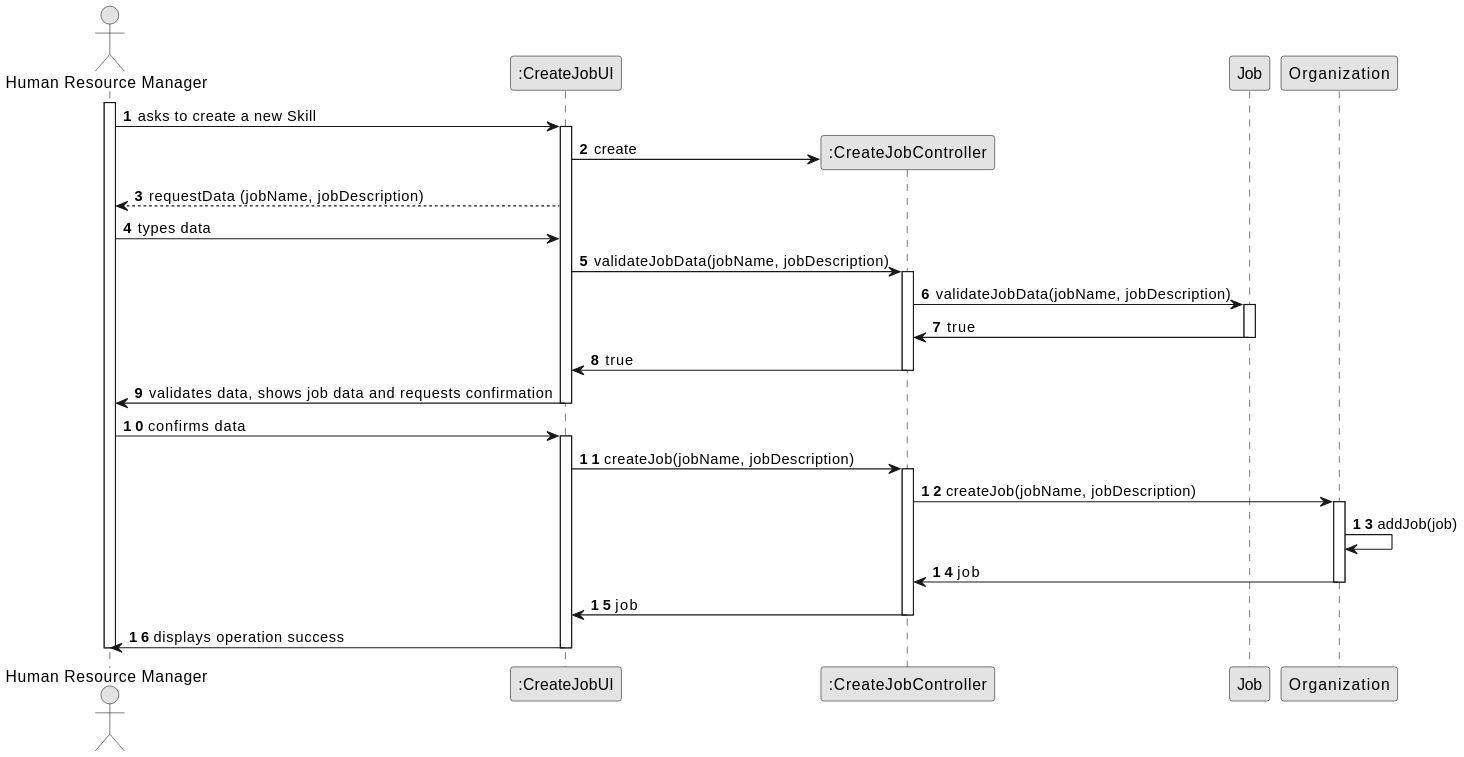
Above: docs/sprintB/us02/03.design/svg/us02-sequence-diagram-full.svg in Paulo-Pereira-at-ISEP/lei-24-s2-1nanb-g321 (PlantUML), before the change. Source of this version:
```plantuml
@startuml
skinparam monochrome true
skinparam packageStyle rectangle
skinparam shadowing false

autonumber


actor "Human Resource Manager" as HRM
participant ":CreateJobUI" as UI
participant ":CreateJobController" as CTRL
participant "Job" as JOB
participant "Organization" as ORG

activate HRM

        HRM -> UI : asks to create a new Skill

        activate UI
            UI -> CTRL** : create

            UI --> HRM : requestData (jobName, jobDescription)

            HRM -> UI : types data

            UI -> CTRL : validateJobData(jobName, jobDescription)
            activate CTRL


                CTRL -> JOB : validateJobData(jobName, jobDescription)

                activate JOB

                    JOB -> CTRL : true

                deactivate JOB

                CTRL -> UI : true

                deactivate CTRL

                UI -> HRM : validates data, shows job data and requests confirmation



        deactivate UI


    HRM -> UI : confirms data
    activate UI

        UI -> CTRL : createJob(jobName, jobDescription)
        activate CTRL

            CTRL -> ORG : createJob(jobName, jobDescription)

            activate ORG

                ORG -> ORG : addJob(job)

                ORG -> CTRL : job

            deactivate ORG

            CTRL -> UI : job

        deactivate CTRL

        UI -> HRM : displays operation success

    deactivate UI

deactivate HRM
@enduml
```
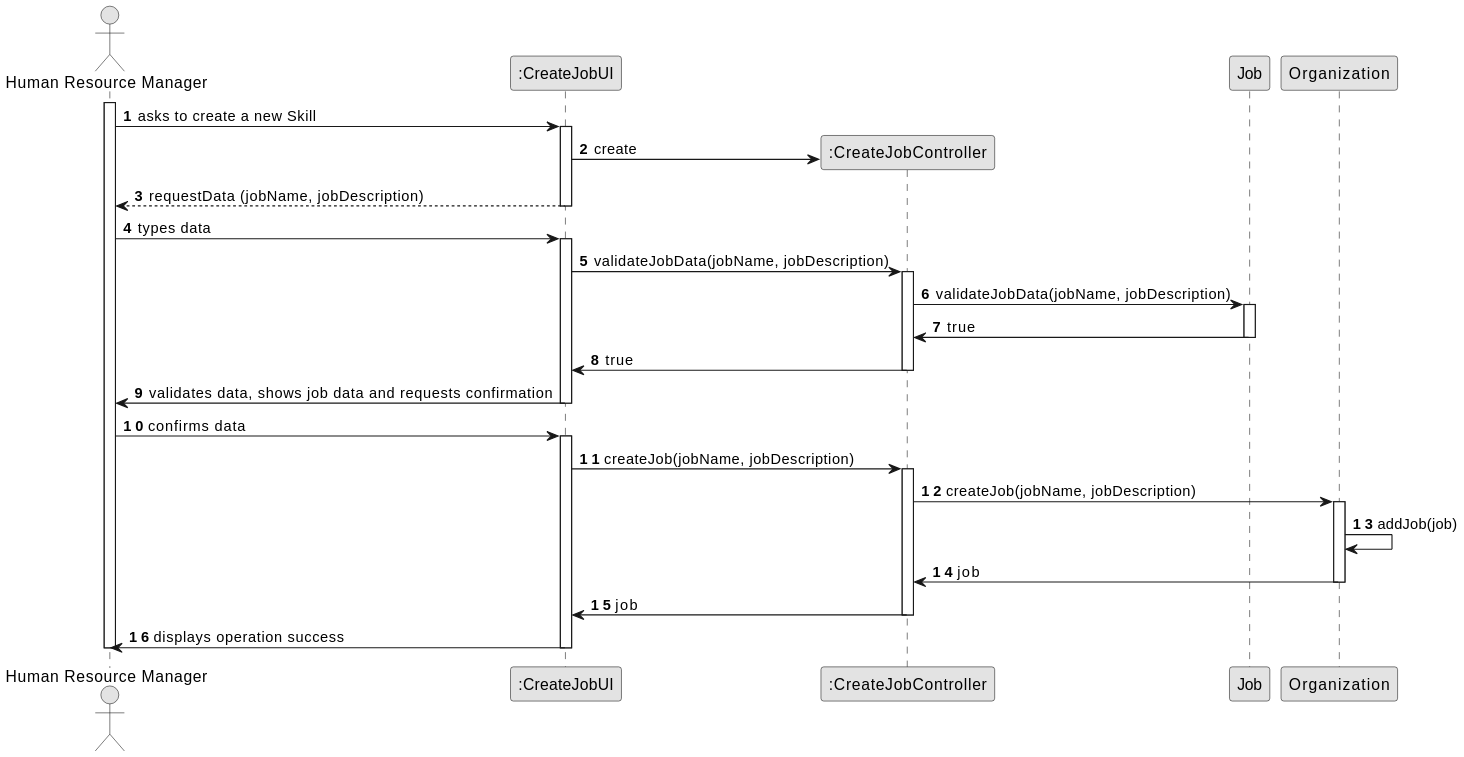
Later version of the same file.

Commit message:
LGGPM-117 - US02 - Design - Sequence diagram update

The edit, as a diff of the source:
```diff
@@ -20,8 +20,11 @@
             UI -> CTRL** : create
 
             UI --> HRM : requestData (jobName, jobDescription)
+deactivate UI
+
 
             HRM -> UI : types data
+activate UI
 
             UI -> CTRL : validateJobData(jobName, jobDescription)
             activate CTRL
```
